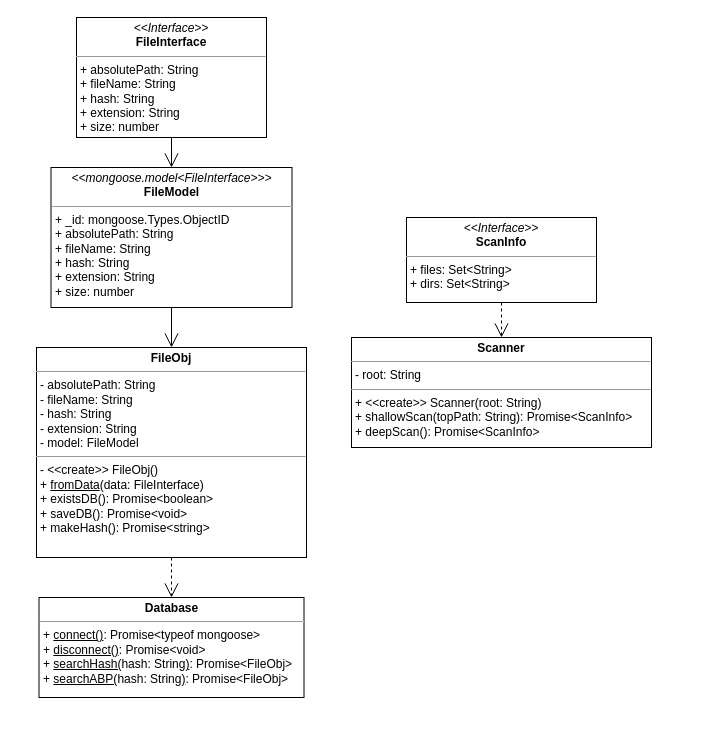
Above: bfs-core.drawio in jm0ran/bfs-core (draw.io), before the change. Source tidied: cells renumbered, new cells numbered last; positions are measured from the earlier drawing's top-left corner, leaving out a move shared by most shapes. Both pictures are drawn from the tidied source at 100%, with x=0, y=0 at pixel (36, 17).
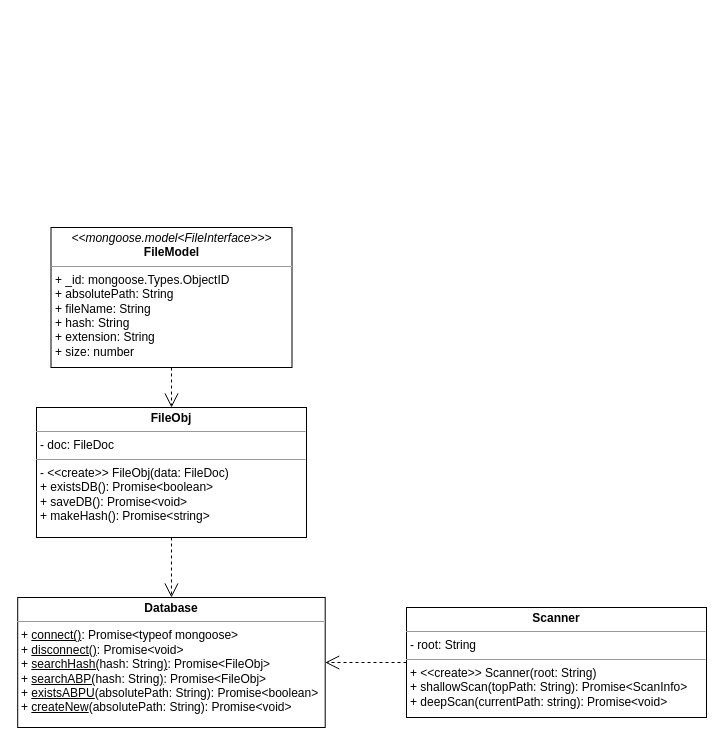
The same page after the edit.

Commit message (it also covers changes not shown here):
Updated UML Diagram

Diff of the diagram source:
```diff
@@
 <mxGraphModel>
   <root>
     <mxCell id="0" />
     <mxCell id="1" parent="0" />
-    <mxCell id="2" value="&lt;p style=&quot;margin: 0px ; margin-top: 4px ; text-align: center&quot;&gt;&lt;b&gt;FileObj&lt;/b&gt;&lt;/p&gt;&lt;hr size=&quot;1&quot;&gt;&lt;p style=&quot;margin: 0px ; margin-left: 4px&quot;&gt;- absolutePath: String&lt;br&gt;- fileName: String&lt;/p&gt;&lt;p style=&quot;margin: 0px ; margin-left: 4px&quot;&gt;- hash: String&lt;/p&gt;&lt;p style=&quot;margin: 0px ; margin-left: 4px&quot;&gt;- extension: String&lt;/p&gt;&lt;p style=&quot;margin: 0px ; margin-left: 4px&quot;&gt;- model: FileModel&lt;/p&gt;&lt;hr size=&quot;1&quot;&gt;&lt;p style=&quot;margin: 0px ; margin-left: 4px&quot;&gt;- &amp;lt;&amp;lt;create&amp;gt;&amp;gt; FileObj()&lt;span&gt;&lt;br&gt;&lt;/span&gt;&lt;/p&gt;&lt;p style=&quot;margin: 0px ; margin-left: 4px&quot;&gt;&lt;span&gt;+ &lt;/span&gt;&lt;u&gt;fromData&lt;/u&gt;&lt;span&gt;(data: FileInterface)&lt;/span&gt;&lt;br&gt;&lt;/p&gt;&lt;p style=&quot;margin: 0px ; margin-left: 4px&quot;&gt;+ existsDB(): Promise&amp;lt;boolean&amp;gt;&lt;/p&gt;&lt;p style=&quot;margin: 0px ; margin-left: 4px&quot;&gt;+ saveDB(): Promise&amp;lt;void&amp;gt;&lt;/p&gt;&lt;p style=&quot;margin: 0px 0px 0px 4px&quot;&gt;+ makeHash(): Promise&amp;lt;string&amp;gt;&lt;/p&gt;&lt;p style=&quot;margin: 0px 0px 0px 4px&quot;&gt;&lt;br&gt;&lt;/p&gt;&lt;div&gt;&lt;br&gt;&lt;/div&gt;&lt;p style=&quot;margin: 0px ; margin-left: 4px&quot;&gt;&lt;br&gt;&lt;/p&gt;" style="verticalAlign=top;align=left;overflow=fill;fontSize=12;fontFamily=Helvetica;html=1;" parent="1" vertex="1">
-      <mxGeometry y="330" width="270" height="210" as="geometry" />
+    <mxCell id="2" value="&lt;p style=&quot;margin: 0px ; margin-top: 4px ; text-align: center&quot;&gt;&lt;b&gt;FileObj&lt;/b&gt;&lt;/p&gt;&lt;hr size=&quot;1&quot;&gt;&lt;p style=&quot;margin: 0px ; margin-left: 4px&quot;&gt;- doc: FileDoc&lt;/p&gt;&lt;hr size=&quot;1&quot;&gt;&lt;p style=&quot;margin: 0px ; margin-left: 4px&quot;&gt;- &amp;lt;&amp;lt;create&amp;gt;&amp;gt; FileObj(data: FileDoc)&lt;/p&gt;&lt;p style=&quot;margin: 0px ; margin-left: 4px&quot;&gt;+ existsDB(): Promise&amp;lt;boolean&amp;gt;&lt;/p&gt;&lt;p style=&quot;margin: 0px ; margin-left: 4px&quot;&gt;+ saveDB(): Promise&amp;lt;void&amp;gt;&lt;/p&gt;&lt;p style=&quot;margin: 0px 0px 0px 4px&quot;&gt;+ makeHash(): Promise&amp;lt;string&amp;gt;&lt;/p&gt;&lt;p style=&quot;margin: 0px 0px 0px 4px&quot;&gt;&lt;br&gt;&lt;/p&gt;&lt;div&gt;&lt;br&gt;&lt;/div&gt;&lt;p style=&quot;margin: 0px ; margin-left: 4px&quot;&gt;&lt;br&gt;&lt;/p&gt;" style="verticalAlign=top;align=left;overflow=fill;fontSize=12;fontFamily=Helvetica;html=1;" parent="1" vertex="1">
+      <mxGeometry y="390" width="270" height="130" as="geometry" />
     </mxCell>
     <mxCell id="3" value="&lt;p style=&quot;margin: 0px ; margin-top: 4px ; text-align: center&quot;&gt;&lt;i&gt;&amp;lt;&amp;lt;mongoose.model&amp;lt;FileInterface&amp;gt;&amp;gt;&amp;gt;&lt;/i&gt;&lt;br&gt;&lt;b&gt;FileModel&lt;/b&gt;&lt;/p&gt;&lt;hr size=&quot;1&quot;&gt;&lt;p style=&quot;margin: 0px ; margin-left: 4px&quot;&gt;+ _id: mongoose.Types.ObjectID&lt;/p&gt;&lt;p style=&quot;margin: 0px ; margin-left: 4px&quot;&gt;+ absolutePath: String&lt;/p&gt;&lt;p style=&quot;margin: 0px ; margin-left: 4px&quot;&gt;+ fileName: String&lt;br&gt;+ hash: String&lt;/p&gt;&lt;p style=&quot;margin: 0px ; margin-left: 4px&quot;&gt;+ extension: String&lt;/p&gt;&lt;p style=&quot;margin: 0px ; margin-left: 4px&quot;&gt;+ size: number&lt;/p&gt;" style="verticalAlign=top;align=left;overflow=fill;fontSize=12;fontFamily=Helvetica;html=1;" parent="1" vertex="1">
-      <mxGeometry x="14.5" y="150" width="241" height="140" as="geometry" />
+      <mxGeometry x="14.5" y="210" width="241" height="140" as="geometry" />
     </mxCell>
-    <mxCell id="4" value="&lt;p style=&quot;margin: 0px ; margin-top: 4px ; text-align: center&quot;&gt;&lt;i&gt;&amp;lt;&amp;lt;Interface&amp;gt;&amp;gt;&lt;/i&gt;&lt;br&gt;&lt;b&gt;FileInterface&lt;/b&gt;&lt;/p&gt;&lt;hr size=&quot;1&quot;&gt;&lt;p style=&quot;margin: 0px ; margin-left: 4px&quot;&gt;+ absolutePath: String&lt;br&gt;+ fileName: String&lt;/p&gt;&lt;p style=&quot;margin: 0px 0px 0px 4px&quot;&gt;+ hash: String&lt;/p&gt;&lt;p style=&quot;margin: 0px 0px 0px 4px&quot;&gt;+ extension: String&lt;/p&gt;&lt;p style=&quot;margin: 0px 0px 0px 4px&quot;&gt;+ size: number&lt;/p&gt;&lt;p style=&quot;margin: 0px 0px 0px 4px&quot;&gt;&lt;br&gt;&lt;/p&gt;" style="verticalAlign=top;align=left;overflow=fill;fontSize=12;fontFamily=Helvetica;html=1;" parent="1" vertex="1">
-      <mxGeometry x="40" width="190" height="120" as="geometry" />
-    </mxCell>
-    <mxCell id="5" style="endArrow=open;endFill=1;endSize=12;html=1;rounded=0;exitX=0.5;exitY=1;exitDx=0;exitDy=0;entryX=0.5;entryY=0;entryDx=0;entryDy=0;" parent="1" edge="1" source="4" target="3">
-      <mxGeometry relative="1" as="geometry" />
-    </mxCell>
-    <mxCell id="6" style="endArrow=open;endFill=1;endSize=12;html=1;rounded=0;exitX=0.5;exitY=1;exitDx=0;exitDy=0;entryX=0.5;entryY=0;entryDx=0;entryDy=0;" parent="1" edge="1" source="3" target="2">
+    <mxCell id="6" style="endArrow=open;endFill=1;endSize=12;html=1;rounded=0;exitX=0.5;exitY=1;exitDx=0;exitDy=0;entryX=0.5;entryY=0;entryDx=0;entryDy=0;dashed=1;" parent="1" edge="1" source="3" target="2">
       <mxGeometry relative="1" as="geometry" />
     </mxCell>
-    <mxCell id="7" value="&lt;p style=&quot;margin: 0px ; margin-top: 4px ; text-align: center&quot;&gt;&lt;b&gt;Database&lt;/b&gt;&lt;/p&gt;&lt;hr size=&quot;1&quot;&gt;&lt;p style=&quot;margin: 0px ; margin-left: 4px&quot;&gt;&lt;span&gt;+ &lt;u&gt;connect()&lt;/u&gt;: Promise&amp;lt;typeof mongoose&amp;gt;&lt;/span&gt;&lt;br&gt;&lt;/p&gt;&lt;p style=&quot;margin: 0px ; margin-left: 4px&quot;&gt;+ &lt;u&gt;disconnect()&lt;/u&gt;: Promise&amp;lt;void&amp;gt;&lt;/p&gt;&lt;p style=&quot;margin: 0px ; margin-left: 4px&quot;&gt;+ &lt;u&gt;searchHash(&lt;/u&gt;hash: String&lt;u&gt;)&lt;/u&gt;: Promise&amp;lt;FileObj&amp;gt;&lt;/p&gt;&lt;p style=&quot;margin: 0px ; margin-left: 4px&quot;&gt;+&amp;nbsp;&lt;u&gt;searchABP(&lt;/u&gt;hash: String&lt;u&gt;)&lt;/u&gt;: Promise&amp;lt;FileObj&amp;gt;&lt;br&gt;&lt;/p&gt;" style="verticalAlign=top;align=left;overflow=fill;fontSize=12;fontFamily=Helvetica;html=1;" parent="1" vertex="1">
-      <mxGeometry x="2.5" y="580" width="265" height="100" as="geometry" />
+    <mxCell id="7" value="&lt;p style=&quot;margin: 0px ; margin-top: 4px ; text-align: center&quot;&gt;&lt;b&gt;Database&lt;/b&gt;&lt;/p&gt;&lt;hr size=&quot;1&quot;&gt;&lt;p style=&quot;margin: 0px ; margin-left: 4px&quot;&gt;&lt;span&gt;+ &lt;u&gt;connect()&lt;/u&gt;: Promise&amp;lt;typeof mongoose&amp;gt;&lt;/span&gt;&lt;br&gt;&lt;/p&gt;&lt;p style=&quot;margin: 0px ; margin-left: 4px&quot;&gt;+ &lt;u&gt;disconnect()&lt;/u&gt;: Promise&amp;lt;void&amp;gt;&lt;/p&gt;&lt;p style=&quot;margin: 0px ; margin-left: 4px&quot;&gt;+ &lt;u&gt;searchHash(&lt;/u&gt;hash: String&lt;u&gt;)&lt;/u&gt;: Promise&amp;lt;FileObj&amp;gt;&lt;/p&gt;&lt;p style=&quot;margin: 0px ; margin-left: 4px&quot;&gt;+&amp;nbsp;&lt;u&gt;searchABP(&lt;/u&gt;hash: String&lt;u&gt;)&lt;/u&gt;: Promise&amp;lt;FileObj&amp;gt;&lt;br&gt;&lt;/p&gt;&lt;p style=&quot;margin: 0px ; margin-left: 4px&quot;&gt;+ &lt;u&gt;existsABPU&lt;/u&gt;(absolutePath: String): Promise&amp;lt;boolean&amp;gt;&lt;/p&gt;&lt;p style=&quot;margin: 0px ; margin-left: 4px&quot;&gt;+ &lt;u&gt;createNew&lt;/u&gt;(absolutePath: String): Promise&amp;lt;void&amp;gt;&lt;/p&gt;" style="verticalAlign=top;align=left;overflow=fill;fontSize=12;fontFamily=Helvetica;html=1;" parent="1" vertex="1">
+      <mxGeometry x="-18.8" y="580" width="307.5" height="130" as="geometry" />
     </mxCell>
     <mxCell id="8" style="endArrow=open;endFill=1;endSize=12;html=1;rounded=0;exitX=0.5;exitY=1;exitDx=0;exitDy=0;entryX=0.5;entryY=0;entryDx=0;entryDy=0;dashed=1;" parent="1" edge="1" source="2" target="7">
       <mxGeometry relative="1" as="geometry" />
     </mxCell>
-    <mxCell id="9" value="&lt;p style=&quot;margin: 0px ; margin-top: 4px ; text-align: center&quot;&gt;&lt;b&gt;Scanner&lt;/b&gt;&lt;/p&gt;&lt;hr size=&quot;1&quot;&gt;&lt;p style=&quot;margin: 0px ; margin-left: 4px&quot;&gt;- root: String&lt;br&gt;&lt;/p&gt;&lt;hr size=&quot;1&quot;&gt;&lt;p style=&quot;margin: 0px ; margin-left: 4px&quot;&gt;+ &amp;lt;&amp;lt;create&amp;gt;&amp;gt; Scanner(root: String)&lt;br&gt;+ shallowScan(topPath: String): Promise&amp;lt;ScanInfo&amp;gt;&lt;/p&gt;&lt;p style=&quot;margin: 0px ; margin-left: 4px&quot;&gt;+ deepScan(): Promise&amp;lt;ScanInfo&amp;gt;&lt;/p&gt;" style="verticalAlign=top;align=left;overflow=fill;fontSize=12;fontFamily=Helvetica;html=1;" parent="1" vertex="1">
-      <mxGeometry x="315" y="320" width="300" height="110" as="geometry" />
+    <mxCell id="9" value="&lt;p style=&quot;margin: 0px ; margin-top: 4px ; text-align: center&quot;&gt;&lt;b&gt;Scanner&lt;/b&gt;&lt;/p&gt;&lt;hr size=&quot;1&quot;&gt;&lt;p style=&quot;margin: 0px ; margin-left: 4px&quot;&gt;- root: String&lt;br&gt;&lt;/p&gt;&lt;hr size=&quot;1&quot;&gt;&lt;p style=&quot;margin: 0px ; margin-left: 4px&quot;&gt;+ &amp;lt;&amp;lt;create&amp;gt;&amp;gt; Scanner(root: String)&lt;br&gt;+ shallowScan(topPath: String): Promise&amp;lt;ScanInfo&amp;gt;&lt;/p&gt;&lt;p style=&quot;margin: 0px ; margin-left: 4px&quot;&gt;+ deepScan(currentPath: string): Promise&amp;lt;void&amp;gt;&lt;/p&gt;" style="verticalAlign=top;align=left;overflow=fill;fontSize=12;fontFamily=Helvetica;html=1;" parent="1" vertex="1">
+      <mxGeometry x="370" y="590" width="300" height="110" as="geometry" />
     </mxCell>
-    <mxCell id="10" value="&lt;p style=&quot;margin: 0px ; margin-top: 4px ; text-align: center&quot;&gt;&lt;i&gt;&amp;lt;&amp;lt;Interface&amp;gt;&amp;gt;&lt;/i&gt;&lt;br&gt;&lt;b&gt;ScanInfo&lt;/b&gt;&lt;/p&gt;&lt;hr size=&quot;1&quot;&gt;&lt;p style=&quot;margin: 0px ; margin-left: 4px&quot;&gt;+ files: Set&amp;lt;String&amp;gt;&lt;br&gt;&lt;/p&gt;&lt;p style=&quot;margin: 0px ; margin-left: 4px&quot;&gt;+ dirs: Set&amp;lt;String&amp;gt;&lt;/p&gt;&lt;p style=&quot;margin: 0px ; margin-left: 4px&quot;&gt;&lt;br&gt;&lt;/p&gt;&lt;p style=&quot;margin: 0px ; margin-left: 4px&quot;&gt;&lt;br&gt;&lt;/p&gt;&lt;p style=&quot;margin: 0px ; margin-left: 4px&quot;&gt;&lt;br&gt;&lt;/p&gt;" style="verticalAlign=top;align=left;overflow=fill;fontSize=12;fontFamily=Helvetica;html=1;" parent="1" vertex="1">
-      <mxGeometry x="370" y="200" width="190" height="85" as="geometry" />
-    </mxCell>
-    <mxCell id="11" style="endArrow=open;endSize=12;dashed=1;html=1;rounded=0;exitX=0.5;exitY=1;exitDx=0;exitDy=0;entryX=0.5;entryY=0;entryDx=0;entryDy=0;" parent="1" edge="1" source="10" target="9">
-      <mxGeometry relative="1" as="geometry" />
-    </mxCell>
+    <mxCell id="12" style="endArrow=open;endSize=12;dashed=1;html=1;rounded=0;exitX=0;exitY=0.5;exitDx=0;exitDy=0;entryX=1;entryY=0.5;entryDx=0;entryDy=0;" parent="1" edge="1" source="9" target="7">
+      <mxGeometry relative="1" as="geometry" />
+    </mxCell>
   </root>
 </mxGraphModel>
```
